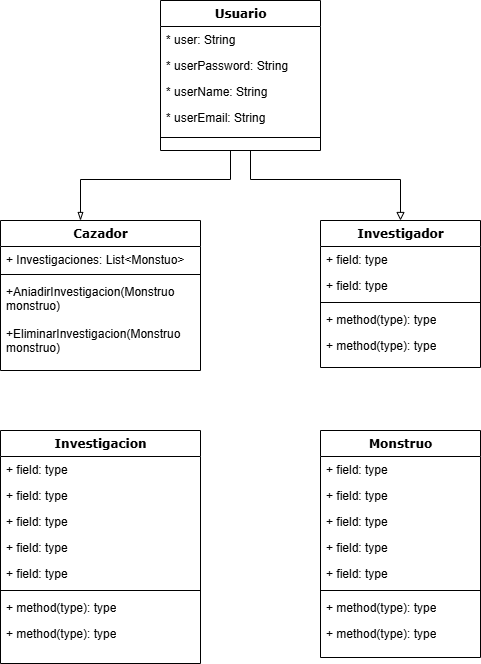
Before: images/diagrama-de-clases.drawio.png, a diagram exported from draw.io (eduardosmoralesglez/diario-del-cazador-mhw). Source tidied: cells renumbered, new cells last; positions are measured from the earlier drawing's top-left corner, leaving out a move shared by most shapes.
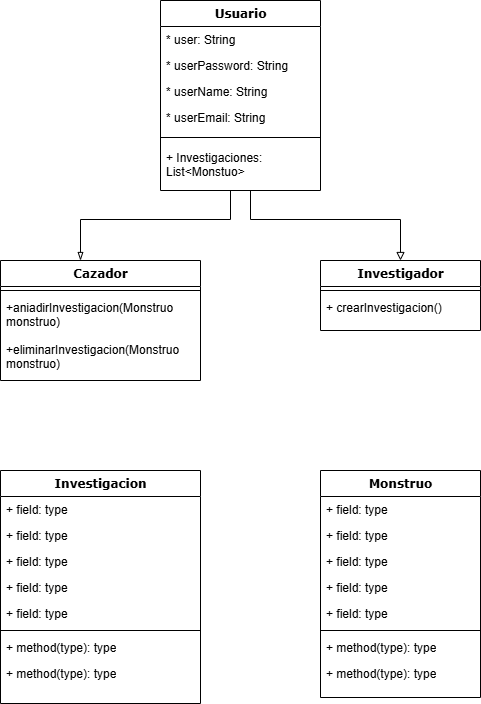
Above is the later version.

What changed in the source:
```diff
@@ -19,7 +19,7 @@
       </mxGeometry>
     </mxCell>
     <mxCell id="4" value="Usuario" style="swimlane;html=1;fontStyle=1;align=center;verticalAlign=top;horizontal=1;startSize=26;swimlaneFillColor=#ffffff;rounded=0;shadow=0;comic=0;labelBackgroundColor=none;strokeWidth=1;fillColor=none;fontFamily=Verdana;fontSize=12;" parent="1" vertex="1">
-      <mxGeometry x="160" width="160" height="150" as="geometry" />
+      <mxGeometry x="160" y="-40" width="160" height="190" as="geometry" />
     </mxCell>
     <mxCell id="5" value="* user: String" style="text;html=1;strokeColor=none;fillColor=none;align=left;verticalAlign=top;spacingLeft=4;spacingRight=4;whiteSpace=wrap;overflow=hidden;" parent="4" vertex="1">
       <mxGeometry y="26" width="160" height="26" as="geometry" />
@@ -36,39 +36,30 @@
     <mxCell id="9" style="line;html=1;strokeWidth=1;fillColor=none;align=left;verticalAlign=middle;spacingTop=-1;spacingLeft=3;spacingRight=3;labelPosition=right;" parent="4" vertex="1">
       <mxGeometry y="130" width="160" height="14" as="geometry" />
     </mxCell>
+    <mxCell id="11" value="+ Investigaciones: List&amp;lt;Monstuo&amp;gt;" style="text;html=1;strokeColor=none;fillColor=none;align=left;verticalAlign=top;spacingLeft=4;spacingRight=4;whiteSpace=wrap;overflow=hidden;" parent="4" vertex="1">
+      <mxGeometry y="144" width="160" height="46" as="geometry" />
+    </mxCell>
     <mxCell id="10" value="Cazador" style="swimlane;html=1;fontStyle=1;align=center;verticalAlign=top;horizontal=1;startSize=26;swimlaneFillColor=#ffffff;rounded=0;shadow=0;comic=0;labelBackgroundColor=none;strokeWidth=1;fillColor=none;fontFamily=Verdana;fontSize=12;" parent="1" vertex="1">
-      <mxGeometry y="220" width="200" height="150" as="geometry" />
+      <mxGeometry y="220" width="200" height="120" as="geometry" />
     </mxCell>
-    <mxCell id="11" value="+ Investigaciones: List&amp;lt;Monstuo&amp;gt;" style="text;html=1;strokeColor=none;fillColor=none;align=left;verticalAlign=top;spacingLeft=4;spacingRight=4;whiteSpace=wrap;overflow=hidden;" parent="10" vertex="1">
-      <mxGeometry y="26" width="200" height="24" as="geometry" />
-    </mxCell>
     <mxCell id="12" style="line;html=1;strokeWidth=1;fillColor=none;align=left;verticalAlign=middle;spacingTop=-1;spacingLeft=3;spacingRight=3;labelPosition=right;" parent="10" vertex="1">
-      <mxGeometry y="50" width="200" height="8" as="geometry" />
+      <mxGeometry y="26" width="200" height="8" as="geometry" />
     </mxCell>
-    <mxCell id="13" value="+AniadirInvestigacion(Monstruo monstruo)" style="text;html=1;strokeColor=none;fillColor=none;align=left;verticalAlign=top;spacingLeft=4;spacingRight=4;whiteSpace=wrap;overflow=hidden;" parent="10" vertex="1">
-      <mxGeometry y="58" width="200" height="42" as="geometry" />
+    <mxCell id="13" value="+aniadirInvestigacion(Monstruo monstruo)" style="text;html=1;strokeColor=none;fillColor=none;align=left;verticalAlign=top;spacingLeft=4;spacingRight=4;whiteSpace=wrap;overflow=hidden;" parent="10" vertex="1">
+      <mxGeometry y="34" width="200" height="42" as="geometry" />
     </mxCell>
-    <mxCell id="14" value="+EliminarInvestigacion(Monstruo monstruo)" style="text;html=1;strokeColor=none;fillColor=none;align=left;verticalAlign=top;spacingLeft=4;spacingRight=4;whiteSpace=wrap;overflow=hidden;" parent="10" vertex="1">
-      <mxGeometry y="100" width="200" height="42" as="geometry" />
+    <mxCell id="14" value="+eliminarInvestigacion(Monstruo monstruo)" style="text;html=1;strokeColor=none;fillColor=none;align=left;verticalAlign=top;spacingLeft=4;spacingRight=4;whiteSpace=wrap;overflow=hidden;" parent="10" vertex="1">
+      <mxGeometry y="76" width="200" height="42" as="geometry" />
     </mxCell>
     <mxCell id="15" value="Investigador" style="swimlane;html=1;fontStyle=1;align=center;verticalAlign=top;horizontal=1;startSize=26;swimlaneFillColor=#ffffff;rounded=0;shadow=0;comic=0;labelBackgroundColor=none;strokeWidth=1;fillColor=none;fontFamily=Verdana;fontSize=12;" parent="1" vertex="1">
-      <mxGeometry x="320" y="220" width="160" height="147" as="geometry" />
+      <mxGeometry x="320" y="220" width="160" height="70" as="geometry" />
     </mxCell>
-    <mxCell id="16" value="+ field: type" style="text;html=1;strokeColor=none;fillColor=none;align=left;verticalAlign=top;spacingLeft=4;spacingRight=4;whiteSpace=wrap;overflow=hidden;" parent="15" vertex="1">
-      <mxGeometry y="26" width="160" height="26" as="geometry" />
-    </mxCell>
-    <mxCell id="17" value="+ field: type" style="text;html=1;strokeColor=none;fillColor=none;align=left;verticalAlign=top;spacingLeft=4;spacingRight=4;whiteSpace=wrap;overflow=hidden;" parent="15" vertex="1">
-      <mxGeometry y="52" width="160" height="26" as="geometry" />
-    </mxCell>
     <mxCell id="18" style="line;html=1;strokeWidth=1;fillColor=none;align=left;verticalAlign=middle;spacingTop=-1;spacingLeft=3;spacingRight=3;labelPosition=right;" parent="15" vertex="1">
-      <mxGeometry y="78" width="160" height="8" as="geometry" />
+      <mxGeometry y="26" width="160" height="8" as="geometry" />
     </mxCell>
-    <mxCell id="19" value="+ method(type): type" style="text;html=1;strokeColor=none;fillColor=none;align=left;verticalAlign=top;spacingLeft=4;spacingRight=4;whiteSpace=wrap;overflow=hidden;" parent="15" vertex="1">
-      <mxGeometry y="86" width="160" height="26" as="geometry" />
+    <mxCell id="19" value="+ crearInvestigacion()" style="text;html=1;strokeColor=none;fillColor=none;align=left;verticalAlign=top;spacingLeft=4;spacingRight=4;whiteSpace=wrap;overflow=hidden;" parent="15" vertex="1">
+      <mxGeometry y="34" width="160" height="26" as="geometry" />
     </mxCell>
-    <mxCell id="20" value="+ method(type): type" style="text;html=1;strokeColor=none;fillColor=none;align=left;verticalAlign=top;spacingLeft=4;spacingRight=4;whiteSpace=wrap;overflow=hidden;" parent="15" vertex="1">
-      <mxGeometry y="112" width="160" height="26" as="geometry" />
-    </mxCell>
     <mxCell id="21" value="Investigacion" style="swimlane;html=1;fontStyle=1;align=center;verticalAlign=top;horizontal=1;startSize=26;swimlaneFillColor=#ffffff;rounded=0;shadow=0;comic=0;labelBackgroundColor=none;strokeWidth=1;fillColor=none;fontFamily=Verdana;fontSize=12;" parent="1" vertex="1">
       <mxGeometry y="430" width="200" height="233" as="geometry" />
     </mxCell>
```
